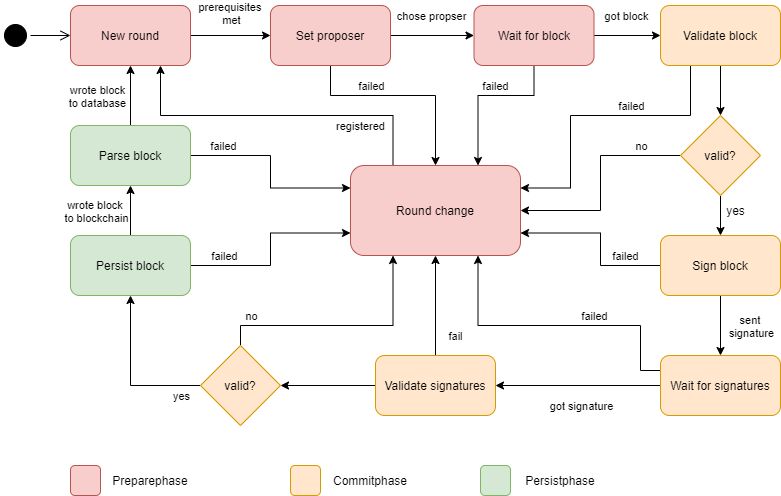
This is docs/diagrams/round_flow_validator.drawio.png from trustcerts/trustchain-doc, a draw.io export, as it was before one commit. Source tidied: cells renumbered, new cells last; positions are measured from the earlier drawing's top-left corner, leaving out a move shared by most shapes.
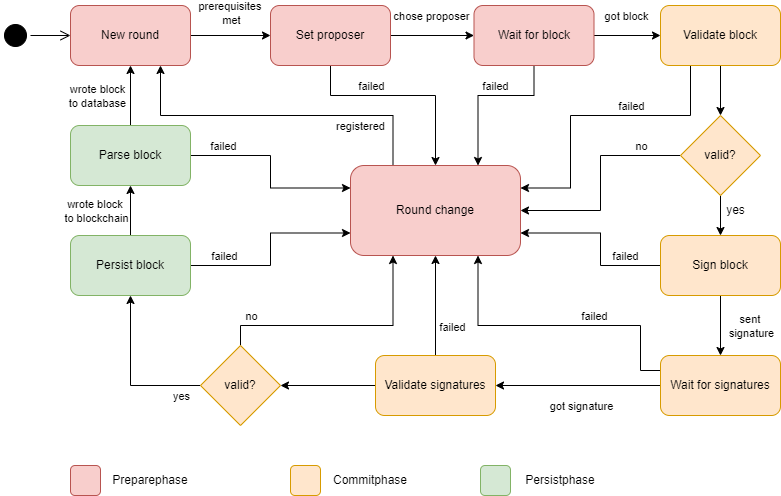
Above is the later version.

Commit message:
corrected diagrams

What changed in the source:
```diff
@@ -60,7 +60,7 @@
     <mxCell id="14" style="edgeStyle=orthogonalEdgeStyle;rounded=0;jettySize=auto;html=1;exitX=1;exitY=0.5;exitDx=0;exitDy=0;" parent="1" edge="1" source="18" target="10">
       <mxGeometry relative="1" as="geometry" />
     </mxCell>
-    <mxCell id="15" value="chose propser" style="edgeLabel;html=1;align=center;verticalAlign=middle;" parent="14" vertex="1">
+    <mxCell id="15" value="chose proposer" style="edgeLabel;html=1;align=center;verticalAlign=middle;" parent="14" vertex="1">
       <mxGeometry x="0.17" relative="1" as="geometry">
         <mxPoint x="-9" y="-20" as="offset" />
       </mxGeometry>
@@ -84,9 +84,9 @@
     <mxCell id="19" style="edgeStyle=orthogonalEdgeStyle;rounded=0;jettySize=auto;html=1;exitX=0.5;exitY=0;exitDx=0;exitDy=0;entryX=0.5;entryY=1;entryDx=0;entryDy=0;" parent="1" edge="1" source="22" target="53">
       <mxGeometry relative="1" as="geometry" />
     </mxCell>
-    <mxCell id="20" value="&#10;&#10;&lt;span style=&quot;color: rgb(0, 0, 0); font-family: helvetica; font-size: 11px; font-style: normal; font-weight: 400; letter-spacing: normal; text-align: center; text-indent: 0px; text-transform: none; word-spacing: 0px; background-color: rgb(255, 255, 255); display: inline; float: none;&quot;&gt;fail&lt;/span&gt;&#10;&#10;" style="edgeLabel;html=1;align=center;verticalAlign=middle;labelBackgroundColor=none;" parent="19" vertex="1">
+    <mxCell id="20" value="&lt;br&gt;&lt;br&gt;&lt;span style=&quot;color: rgb(0, 0, 0); font-family: helvetica; font-size: 11px; font-style: normal; font-weight: 400; letter-spacing: normal; text-align: center; text-indent: 0px; text-transform: none; word-spacing: 0px; background-color: rgb(255, 255, 255); display: inline; float: none;&quot;&gt;failed&lt;/span&gt;&lt;br&gt;" style="edgeLabel;html=1;align=center;verticalAlign=middle;labelBackgroundColor=none;" parent="19" vertex="1">
       <mxGeometry x="-0.72" y="1" relative="1" as="geometry">
-        <mxPoint x="20" y="-6" as="offset" />
+        <mxPoint x="17" y="-28" as="offset" />
       </mxGeometry>
     </mxCell>
     <mxCell id="21" style="edgeStyle=orthogonalEdgeStyle;rounded=0;jettySize=auto;html=1;exitX=0;exitY=0.5;exitDx=0;exitDy=0;entryX=1;entryY=0.5;entryDx=0;entryDy=0;" parent="1" edge="1" source="22" target="41">
```
